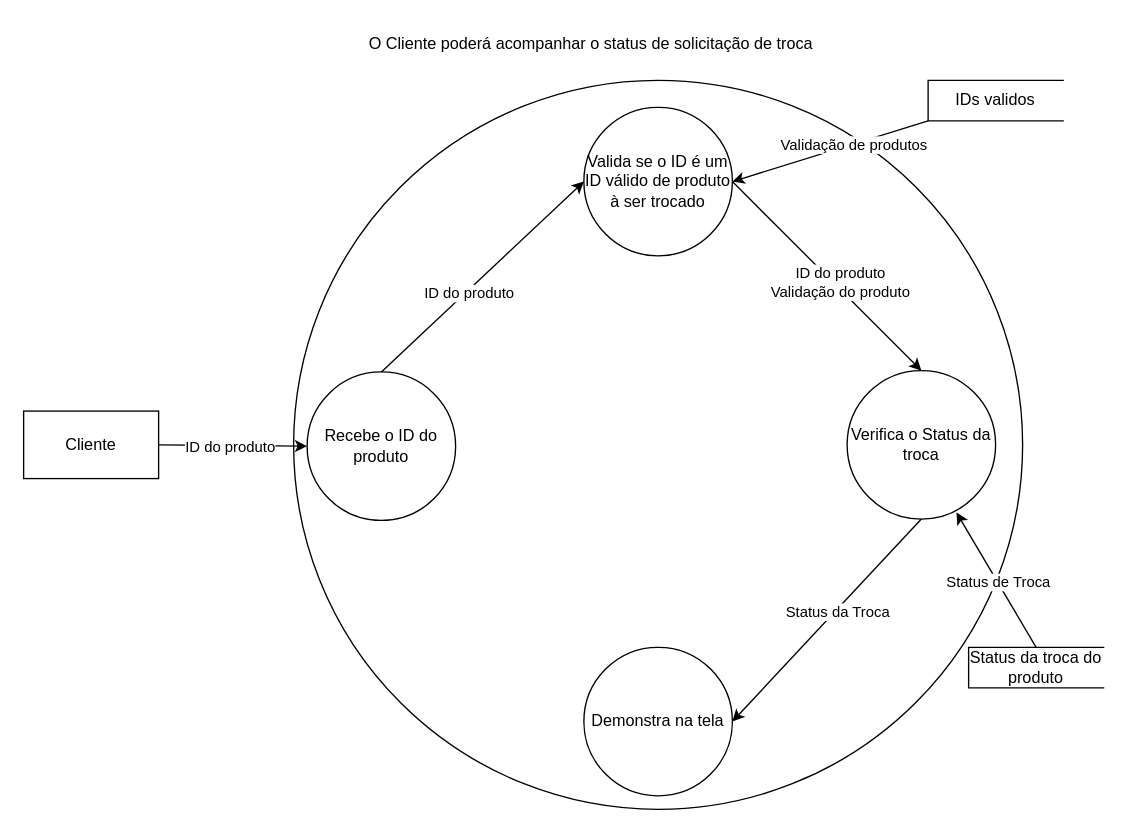
This is page "Página-15" (15 of 15) of diagramas.drawio.xml from JoaoRibeiro-V/BazarOnline, a draw.io file, before an edit. Source tidied: cells renumbered, new cells numbered last; positions are measured from the earlier drawing's top-left corner, leaving out a move shared by most shapes. Both pictures are drawn from the tidied source at 135%, with x=0, y=0 at pixel (23, 23).
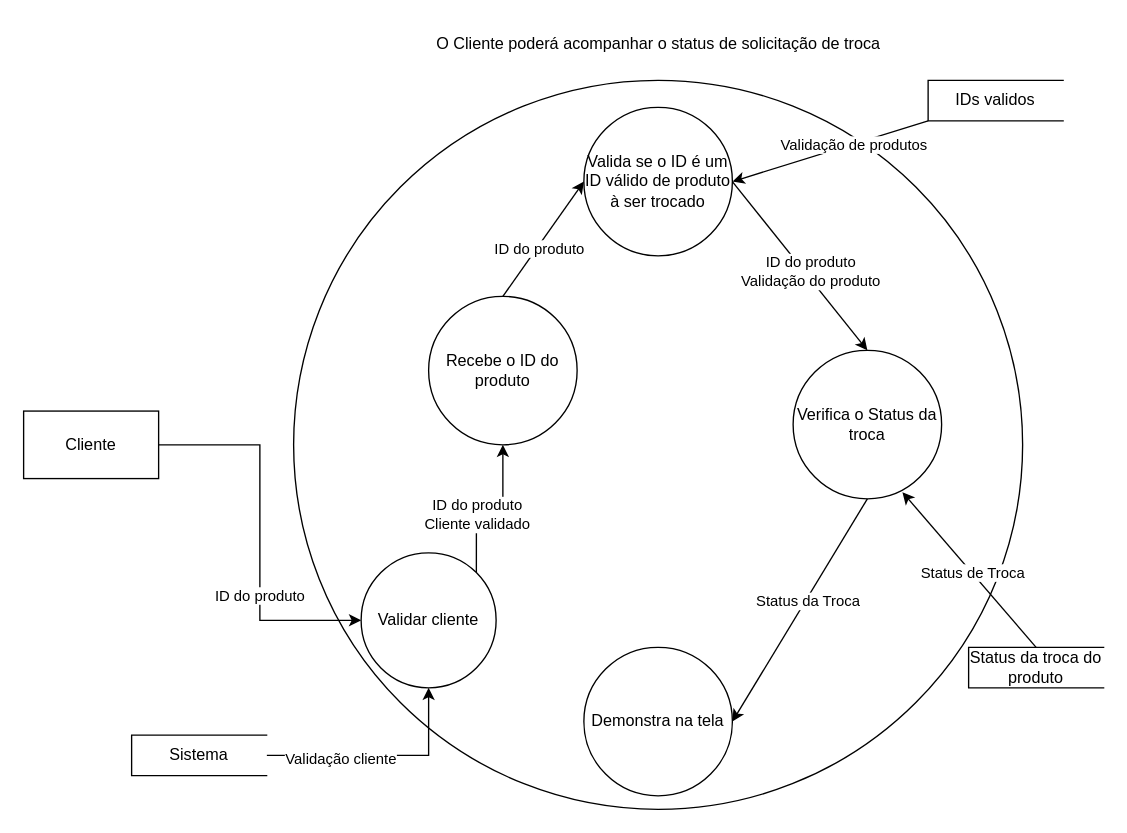
The same diagram, later.

Unchanged cells that the change refers to:
```xml
<mxCell id="4" value="Cliente" style="html=1;dashed=0;whiteSpace=wrap;" parent="1" vertex="1">
  <mxGeometry y="287" width="100" height="50" as="geometry" />
</mxCell>
```

What changed in the source:
```diff
@@
     <mxCell id="2" value="O Cliente poderá acompanhar o status de solicitação de troca" style="text;html=1;align=center;verticalAlign=middle;strokeColor=none;fillColor=none;" parent="1" vertex="1">
-      <mxGeometry x="245" width="350" height="30" as="geometry" />
+      <mxGeometry x="295" width="350" height="30" as="geometry" />
     </mxCell>
@@
+    <mxCell id="23" style="edgeStyle=orthogonalEdgeStyle;rounded=0;jettySize=auto;html=1;exitX=1;exitY=0.5;exitDx=0;exitDy=0;entryX=0;entryY=0.5;entryDx=0;entryDy=0;" parent="1" edge="1" source="4" target="26">
+      <mxGeometry relative="1" as="geometry" />
+    </mxCell>
+    <mxCell id="10" value="ID do produto" style="edgeLabel;html=1;align=center;verticalAlign=middle;" parent="23" vertex="1">
+      <mxGeometry x="0.33" y="-1" relative="1" as="geometry" />
+    </mxCell>
@@
     <mxCell id="5" value="&lt;div&gt;Recebe o ID do produto&lt;/div&gt;" style="shape=ellipse;html=1;dashed=0;whiteSpace=wrap;perimeter=ellipsePerimeter;" parent="1" vertex="1">
-      <mxGeometry x="210" y="258" width="110" height="110" as="geometry" />
+      <mxGeometry x="300" y="202" width="110" height="110" as="geometry" />
     </mxCell>
@@
     <mxCell id="7" value="&lt;div&gt;Verifica o Status da troca&lt;/div&gt;" style="shape=ellipse;html=1;dashed=0;whiteSpace=wrap;perimeter=ellipsePerimeter;" parent="1" vertex="1">
-      <mxGeometry x="610" y="257" width="110" height="110" as="geometry" />
+      <mxGeometry x="570" y="242" width="110" height="110" as="geometry" />
     </mxCell>
@@
-    <mxCell id="9" style="endArrow=classic;html=1;rounded=0;exitX=1;exitY=0.5;exitDx=0;exitDy=0;entryX=0;entryY=0.5;entryDx=0;entryDy=0;" parent="1" edge="1" source="4" target="5">
-      <mxGeometry relative="1" as="geometry" />
-    </mxCell>
-    <mxCell id="10" value="ID do produto" style="edgeLabel;html=1;align=center;verticalAlign=middle;" parent="9" vertex="1">
-      <mxGeometry x="-0.03" y="-1" relative="1" as="geometry" />
-    </mxCell>
@@
+    <mxCell id="24" style="edgeStyle=orthogonalEdgeStyle;rounded=0;jettySize=auto;html=1;exitX=1;exitY=0;exitDx=0;exitDy=0;entryX=0.5;entryY=1;entryDx=0;entryDy=0;" parent="1" edge="1" source="26" target="5">
+      <mxGeometry relative="1" as="geometry" />
+    </mxCell>
+    <mxCell id="25" value="ID do produto&lt;div&gt;Cliente validado&lt;/div&gt;" style="edgeLabel;html=1;align=center;verticalAlign=middle;" parent="24" vertex="1">
+      <mxGeometry x="-0.24" relative="1" as="geometry" />
+    </mxCell>
+    <mxCell id="26" value="Validar cliente" style="shape=ellipse;html=1;dashed=0;whiteSpace=wrap;perimeter=ellipsePerimeter;" parent="1" vertex="1">
+      <mxGeometry x="250" y="392" width="100" height="100" as="geometry" />
+    </mxCell>
+    <mxCell id="27" style="edgeStyle=orthogonalEdgeStyle;rounded=0;jettySize=auto;html=1;exitX=1;exitY=0.5;exitDx=0;exitDy=0;" parent="1" edge="1" source="29" target="26">
+      <mxGeometry relative="1" as="geometry" />
+    </mxCell>
+    <mxCell id="28" value="Validação cliente" style="edgeLabel;html=1;align=center;verticalAlign=middle;" parent="27" vertex="1">
+      <mxGeometry x="-0.36" y="-2" relative="1" as="geometry" />
+    </mxCell>
+    <mxCell id="29" value="Sistema" style="html=1;dashed=0;whiteSpace=wrap;shape=partialRectangle;right=0;" parent="1" vertex="1">
+      <mxGeometry x="80" y="527" width="100" height="30" as="geometry" />
+    </mxCell>
```
